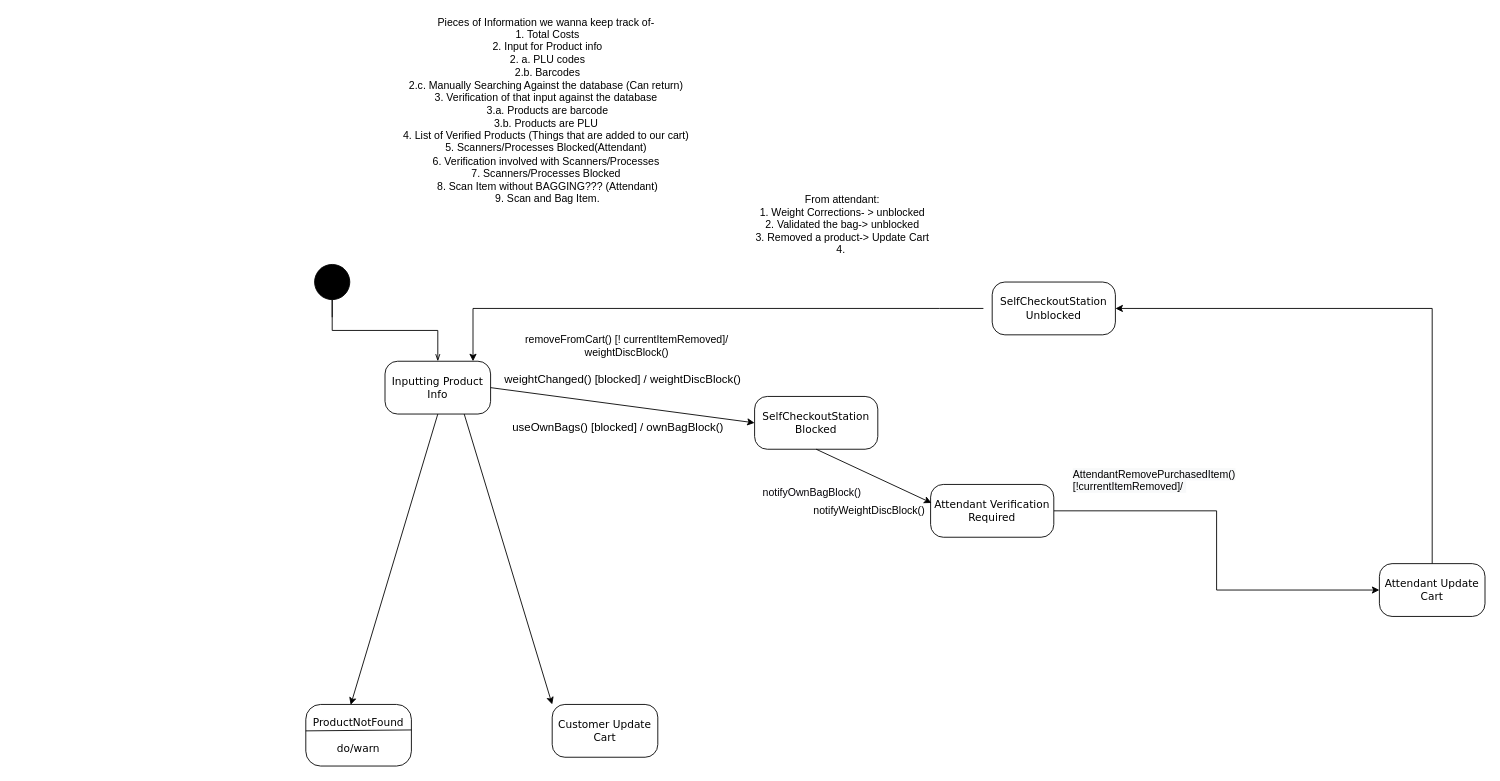
This is page "Copy of Scanning/Bagging" (3 of 3) of Diagrams/StateDiagrams/Untitled Diagram.drawio from adam-25/Self-Checkout-System, a draw.io file, before an edit. Source tidied: cells renumbered, new cells numbered last; positions are measured from the earlier drawing's top-left corner, leaving out a move shared by most shapes. Both pictures are drawn from the tidied source at 88%, with x=0, y=0 at pixel (305, 26).
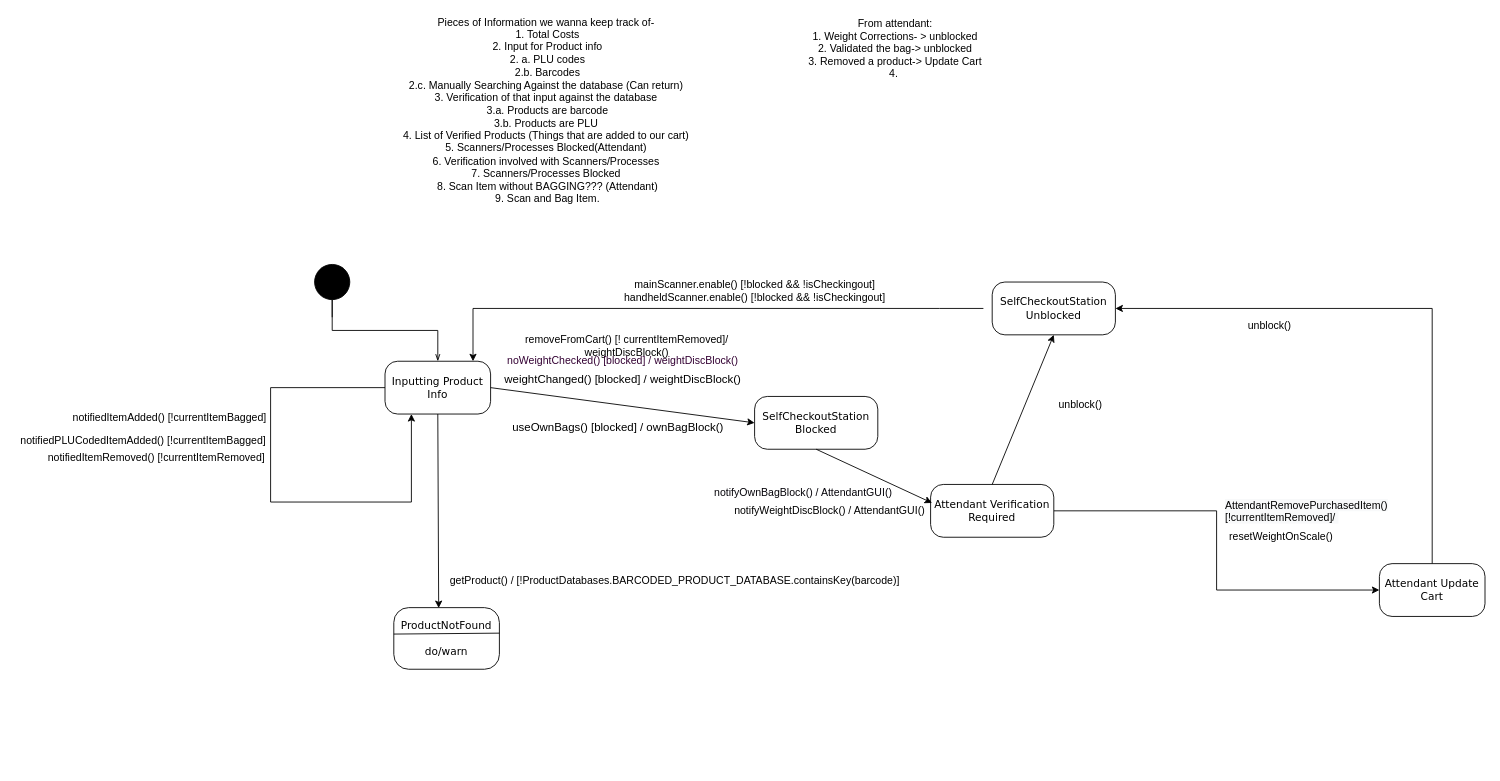
Above is the later version.

Commit message:
update state machine diagram

The change refers to these unchanged cells:
```xml
<mxCell id="8" value="Inputting Product Info" style="rounded=1;whiteSpace=wrap;html=1;arcSize=24;shadow=0;comic=0;labelBackgroundColor=none;fontFamily=Verdana;fontSize=12;align=center;" parent="1" vertex="1">
  <mxGeometry x="90" y="380" width="120" height="60" as="geometry" />
</mxCell>
<mxCell id="14" value="Attendant Verification Required" style="rounded=1;whiteSpace=wrap;html=1;arcSize=24;shadow=0;comic=0;labelBackgroundColor=none;fontFamily=Verdana;fontSize=12;align=center;" parent="1" vertex="1">
  <mxGeometry x="710" y="520" width="140" height="60" as="geometry" />
</mxCell>
<mxCell id="15" value="SelfCheckoutStation Unblocked" style="rounded=1;whiteSpace=wrap;html=1;arcSize=24;shadow=0;comic=0;labelBackgroundColor=none;fontFamily=Verdana;fontSize=12;align=center;" parent="1" vertex="1">
  <mxGeometry x="780" y="290" width="140" height="60" as="geometry" />
</mxCell>
```

What changed in the source:
```diff
@@
     <mxCell id="4" value="&lt;div&gt;&lt;span&gt;&lt;font style=&quot;font-size: 12px&quot;&gt;ProductNotFound&lt;/font&gt;&lt;/span&gt;&lt;/div&gt;&lt;div&gt;&lt;span&gt;&lt;font style=&quot;font-size: 12px&quot;&gt;&lt;br&gt;&lt;/font&gt;&lt;/span&gt;&lt;/div&gt;&lt;div&gt;&lt;span&gt;&lt;font style=&quot;font-size: 12px&quot;&gt;do/warn&lt;/font&gt;&lt;/span&gt;&lt;/div&gt;" style="rounded=1;whiteSpace=wrap;html=1;arcSize=24;shadow=0;comic=0;labelBackgroundColor=none;fontFamily=Verdana;fontSize=12;align=center;" parent="1" vertex="1">
-      <mxGeometry y="770" width="120" height="70" as="geometry" />
+      <mxGeometry x="100" y="660" width="120" height="70" as="geometry" />
     </mxCell>
@@
-    <mxCell id="7" style="rounded=0;jettySize=auto;html=1;exitX=0.75;exitY=1;exitDx=0;exitDy=0;entryX=0;entryY=0;entryDx=0;entryDy=0;fontColor=#000000;" parent="1" edge="1" source="8" target="21">
+    <mxCell id="7" style="rounded=0;jettySize=auto;html=1;exitX=0.75;exitY=1;exitDx=0;exitDy=0;entryX=0;entryY=0;entryDx=0;entryDy=0;fontColor=#000000;" parent="1" edge="1" source="8">
       <mxGeometry relative="1" as="geometry" />
     </mxCell>
@@
     <mxCell id="20" value="From attendant:&lt;br&gt;1. Weight Corrections- &amp;gt; unblocked&lt;br&gt;2. Validated the bag-&amp;gt; unblocked&lt;br&gt;3. Removed a product-&amp;gt; Update Cart&lt;br&gt;4.&amp;nbsp;" style="text;html=1;strokeColor=none;fillColor=none;align=center;verticalAlign=middle;whiteSpace=wrap;rounded=0;" parent="1" vertex="1">
-      <mxGeometry x="480" y="210" width="260" height="30" as="geometry" />
+      <mxGeometry x="540" y="10" width="260" height="30" as="geometry" />
     </mxCell>
-    <mxCell id="21" value="Customer Update Cart" style="rounded=1;whiteSpace=wrap;html=1;arcSize=24;shadow=0;comic=0;labelBackgroundColor=none;fontFamily=Verdana;fontSize=12;align=center;" parent="1" vertex="1">
-      <mxGeometry x="280" y="770" width="120" height="60" as="geometry" />
-    </mxCell>
@@
-    <mxCell id="24" value="&lt;span style=&quot;font-family: , , &amp;#34;sf mono&amp;#34; , &amp;#34;menlo&amp;#34; , &amp;#34;consolas&amp;#34; , &amp;#34;liberation mono&amp;#34; , monospace ; background-color: rgb(255 , 255 , 255)&quot;&gt;notifyWeightDiscBlock()&lt;/span&gt;" style="text;html=1;align=center;verticalAlign=middle;points=[];strokeColor=none;fillColor=none;" parent="1" vertex="1">
-      <mxGeometry x="570" y="540" width="140" height="20" as="geometry" />
+    <mxCell id="24" value="&lt;span style=&quot;font-family: , , &amp;#34;sf mono&amp;#34; , &amp;#34;menlo&amp;#34; , &amp;#34;consolas&amp;#34; , &amp;#34;liberation mono&amp;#34; , monospace ; background-color: rgb(255 , 255 , 255)&quot;&gt;notifyWeightDiscBlock() / AttendantGUI()&lt;/span&gt;" style="text;html=1;align=center;verticalAlign=middle;points=[];strokeColor=none;fillColor=none;" parent="1" vertex="1">
+      <mxGeometry x="480" y="540" width="230" height="20" as="geometry" />
     </mxCell>
-    <mxCell id="25" value="&lt;span style=&quot;font-family: , , &amp;#34;sf mono&amp;#34; , &amp;#34;menlo&amp;#34; , &amp;#34;consolas&amp;#34; , &amp;#34;liberation mono&amp;#34; , monospace ; background-color: rgb(255 , 255 , 255)&quot;&gt;&lt;font color=&quot;#06040a&quot;&gt;notifyOwnBagBlock()&lt;/font&gt;&lt;/span&gt;" style="text;html=1;align=center;verticalAlign=middle;strokeColor=none;fillColor=none;" parent="1" vertex="1">
-      <mxGeometry x="510" y="520" width="130" height="20" as="geometry" />
+    <mxCell id="25" value="&lt;span style=&quot;font-family: , , &amp;#34;sf mono&amp;#34; , &amp;#34;menlo&amp;#34; , &amp;#34;consolas&amp;#34; , &amp;#34;liberation mono&amp;#34; , monospace ; background-color: rgb(255 , 255 , 255)&quot;&gt;&lt;font color=&quot;#06040a&quot;&gt;notifyOwnBagBlock() / AttendantGUI()&lt;/font&gt;&lt;/span&gt;" style="text;html=1;align=center;verticalAlign=middle;strokeColor=none;fillColor=none;" parent="1" vertex="1">
+      <mxGeometry x="500" y="520" width="130" height="20" as="geometry" />
     </mxCell>
+    <mxCell id="27" value="&lt;p class=&quot;p1&quot; style=&quot;margin: 0px ; font-stretch: normal ; line-height: normal ; font-family: &amp;#34;menlo&amp;#34;&quot;&gt;&lt;br&gt;&lt;/p&gt;" style="text;html=1;align=center;verticalAlign=middle;strokeColor=none;fillColor=none;fontColor=#330033;" parent="1" vertex="1">
+      <mxGeometry x="1006" y="560" width="20" height="20" as="geometry" />
+    </mxCell>
     <mxCell id="26" value="&lt;span style=&quot;color: rgb(0 , 0 , 0) ; font-family: &amp;#34;helvetica&amp;#34; ; font-size: 12px ; font-style: normal ; font-weight: 400 ; letter-spacing: normal ; text-align: left ; text-indent: 0px ; text-transform: none ; word-spacing: 0px ; background-color: rgb(248 , 249 , 250) ; display: inline ; float: none&quot;&gt;AttendantRemovePurchasedItem() [!currentItemRemoved]/&amp;nbsp;&lt;br&gt;&lt;br&gt;&lt;/span&gt;" style="text;whiteSpace=wrap;html=1;fontColor=#000000;" parent="1" vertex="1">
-      <mxGeometry x="870" y="495" width="210" height="30" as="geometry" />
+      <mxGeometry x="1043" y="530" width="210" height="30" as="geometry" />
     </mxCell>
+    <mxCell id="28" value="&lt;font color=&quot;#000000&quot;&gt;resetWeightOnScale()&lt;/font&gt;" style="text;html=1;align=center;verticalAlign=middle;strokeColor=none;fillColor=none;fontColor=#330033;" parent="1" vertex="1">
+      <mxGeometry x="1043" y="570" width="130" height="20" as="geometry" />
+    </mxCell>
+    <mxCell id="29" style="endArrow=classic;html=1;rounded=0;fontSize=13;entryX=0.5;entryY=1;entryDx=0;entryDy=0;exitX=0.5;exitY=0;exitDx=0;exitDy=0;" parent="1" edge="1" source="14" target="15">
+      <mxGeometry relative="1" as="geometry" />
+    </mxCell>
+    <mxCell id="30" value="&lt;font color=&quot;#000000&quot;&gt;unblock()&lt;/font&gt;" style="text;html=1;align=center;verticalAlign=middle;strokeColor=none;fillColor=none;fontColor=#330033;" parent="1" vertex="1">
+      <mxGeometry x="845" y="420" width="70" height="20" as="geometry" />
+    </mxCell>
+    <mxCell id="31" value="&lt;font color=&quot;#000000&quot;&gt;unblock()&lt;/font&gt;" style="text;html=1;align=center;verticalAlign=middle;strokeColor=none;fillColor=none;fontColor=#330033;" parent="1" vertex="1">
+      <mxGeometry x="1060" y="330" width="70" height="20" as="geometry" />
+    </mxCell>
+    <mxCell id="32" value="&lt;font color=&quot;#000000&quot;&gt;mainScanner.enable() [!blocked &amp;amp;&amp;amp; !isCheckingout]&lt;br&gt;handheldScanner.enable() [!blocked &amp;amp;&amp;amp; !isCheckingout]&lt;/font&gt;" style="text;html=1;align=center;verticalAlign=middle;strokeColor=none;fillColor=none;fontColor=#330033;" parent="1" vertex="1">
+      <mxGeometry x="355" y="285" width="310" height="30" as="geometry" />
+    </mxCell>
+    <mxCell id="33" value="noWeightChecked() [blocked] / weightDiscBlock()" style="text;html=1;align=center;verticalAlign=middle;strokeColor=none;fillColor=none;fontColor=#330033;" parent="1" vertex="1">
+      <mxGeometry x="220" y="370" width="280" height="20" as="geometry" />
+    </mxCell>
+    <mxCell id="34" value="&lt;font color=&quot;#000000&quot;&gt;getProduct() / [!ProductDatabases.BARCODED_PRODUCT_DATABASE.containsKey(barcode)]&lt;/font&gt;" style="text;html=1;align=center;verticalAlign=middle;strokeColor=none;fillColor=none;fontColor=#330033;" parent="1" vertex="1">
+      <mxGeometry x="154" y="620" width="530" height="20" as="geometry" />
+    </mxCell>
+    <mxCell id="35" style="endArrow=classic;html=1;rounded=0;fontSize=13;exitX=0.5;exitY=1;exitDx=0;exitDy=0;entryX=0.25;entryY=1;entryDx=0;entryDy=0;" parent="1" edge="1" target="8">
+      <mxGeometry relative="1" as="geometry">
+        <mxPoint x="90" y="410" as="sourcePoint" />
+        <Array as="points">
+          <mxPoint x="-40" y="410" />
+          <mxPoint x="-40" y="540" />
+          <mxPoint x="120" y="540" />
+        </Array>
+      </mxGeometry>
+    </mxCell>
+    <mxCell id="36" value="notifiedItemAdded() [!currentItemBagged]" style="text;html=1;align=center;verticalAlign=middle;strokeColor=none;fillColor=none;fontColor=#000000;" parent="1" vertex="1">
+      <mxGeometry x="-275" y="434" width="240" height="20" as="geometry" />
+    </mxCell>
+    <mxCell id="37" value="notifiedPLUCodedItemAdded() [!currentItemBagged]" style="text;html=1;align=center;verticalAlign=middle;strokeColor=none;fillColor=none;fontColor=#000000;" parent="1" vertex="1">
+      <mxGeometry x="-330" y="460" width="290" height="20" as="geometry" />
+    </mxCell>
+    <mxCell id="38" value="notifiedItemRemoved() [!currentItemRemoved]" style="text;html=1;align=center;verticalAlign=middle;strokeColor=none;fillColor=none;fontColor=#000000;" parent="1" vertex="1">
+      <mxGeometry x="-300" y="480" width="260" height="20" as="geometry" />
+    </mxCell>
```
